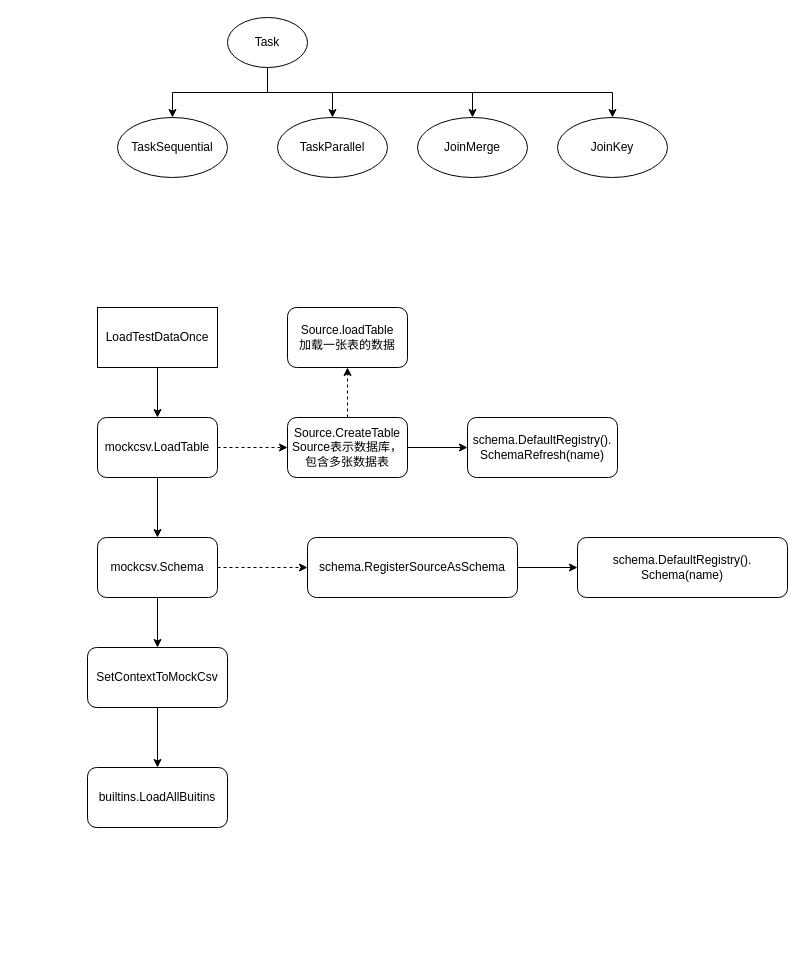
The draw.io diagram qlbridge.drawio in zhufuyin/draw, before the edit. Source tidied: cells renumbered, new cells numbered last; positions are measured from the earlier drawing's top-left corner, leaving out a move shared by most shapes. Both pictures are drawn from the tidied source at 100%, with x=0, y=0 at pixel (87, 17).
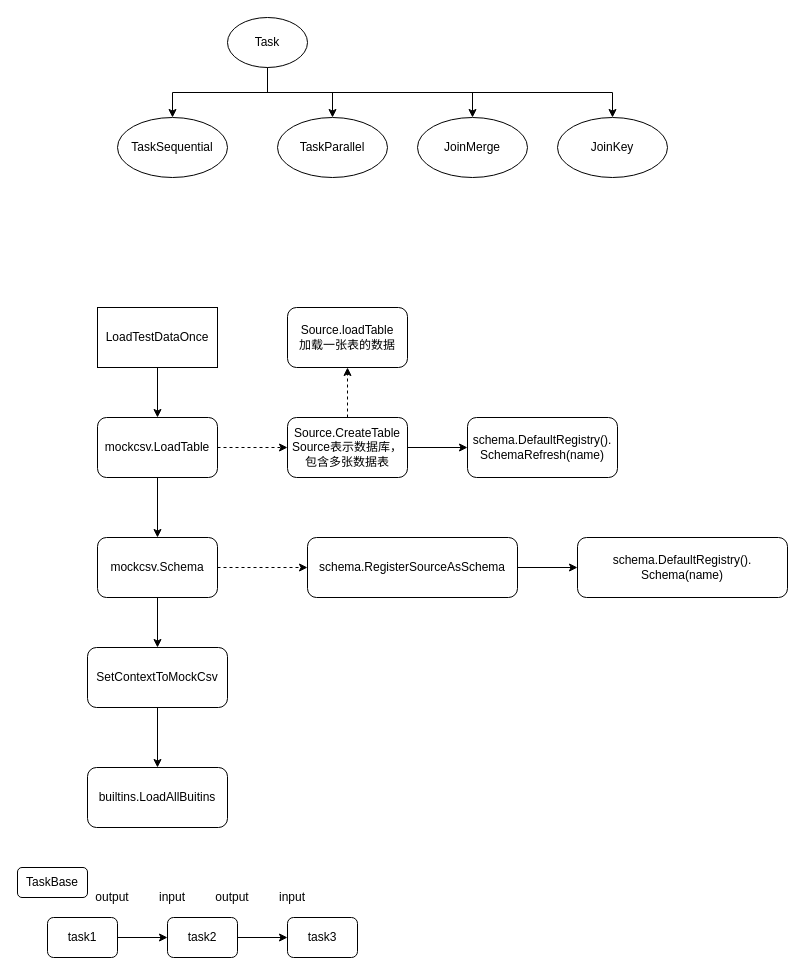
After the change.

The edit, as a diff of the source:
```diff
@@
+    <mxCell id="30" style="edgeStyle=orthogonalEdgeStyle;rounded=0;jettySize=auto;html=1;exitX=1;exitY=0.5;exitDx=0;exitDy=0;entryX=0;entryY=0.5;entryDx=0;entryDy=0;" parent="1" edge="1" source="31" target="33">
+      <mxGeometry relative="1" as="geometry" />
+    </mxCell>
+    <mxCell id="31" value="task1" style="rounded=1;whiteSpace=wrap;html=1;" parent="1" vertex="1">
+      <mxGeometry x="-40" y="900" width="70" height="40" as="geometry" />
+    </mxCell>
+    <mxCell id="32" style="edgeStyle=orthogonalEdgeStyle;rounded=0;jettySize=auto;html=1;exitX=1;exitY=0.5;exitDx=0;exitDy=0;entryX=0;entryY=0.5;entryDx=0;entryDy=0;" parent="1" edge="1" source="33" target="34">
+      <mxGeometry relative="1" as="geometry" />
+    </mxCell>
+    <mxCell id="33" value="task2" style="rounded=1;whiteSpace=wrap;html=1;" parent="1" vertex="1">
+      <mxGeometry x="80" y="900" width="70" height="40" as="geometry" />
+    </mxCell>
+    <mxCell id="34" value="task3" style="rounded=1;whiteSpace=wrap;html=1;" parent="1" vertex="1">
+      <mxGeometry x="200" y="900" width="70" height="40" as="geometry" />
+    </mxCell>
+    <mxCell id="35" value="output" style="text;html=1;strokeColor=none;fillColor=none;align=center;verticalAlign=middle;whiteSpace=wrap;rounded=0;" parent="1" vertex="1">
+      <mxGeometry y="870" width="50" height="20" as="geometry" />
+    </mxCell>
+    <mxCell id="36" value="input" style="text;html=1;strokeColor=none;fillColor=none;align=center;verticalAlign=middle;whiteSpace=wrap;rounded=0;" parent="1" vertex="1">
+      <mxGeometry x="60" y="870" width="50" height="20" as="geometry" />
+    </mxCell>
+    <mxCell id="37" value="input" style="text;html=1;strokeColor=none;fillColor=none;align=center;verticalAlign=middle;whiteSpace=wrap;rounded=0;" parent="1" vertex="1">
+      <mxGeometry x="180" y="870" width="50" height="20" as="geometry" />
+    </mxCell>
+    <mxCell id="38" value="output" style="text;html=1;strokeColor=none;fillColor=none;align=center;verticalAlign=middle;whiteSpace=wrap;rounded=0;" parent="1" vertex="1">
+      <mxGeometry x="120" y="870" width="50" height="20" as="geometry" />
+    </mxCell>
+    <mxCell id="39" value="TaskBase" style="rounded=1;whiteSpace=wrap;html=1;" parent="1" vertex="1">
+      <mxGeometry x="-70" y="850" width="70" height="30" as="geometry" />
+    </mxCell>
```
